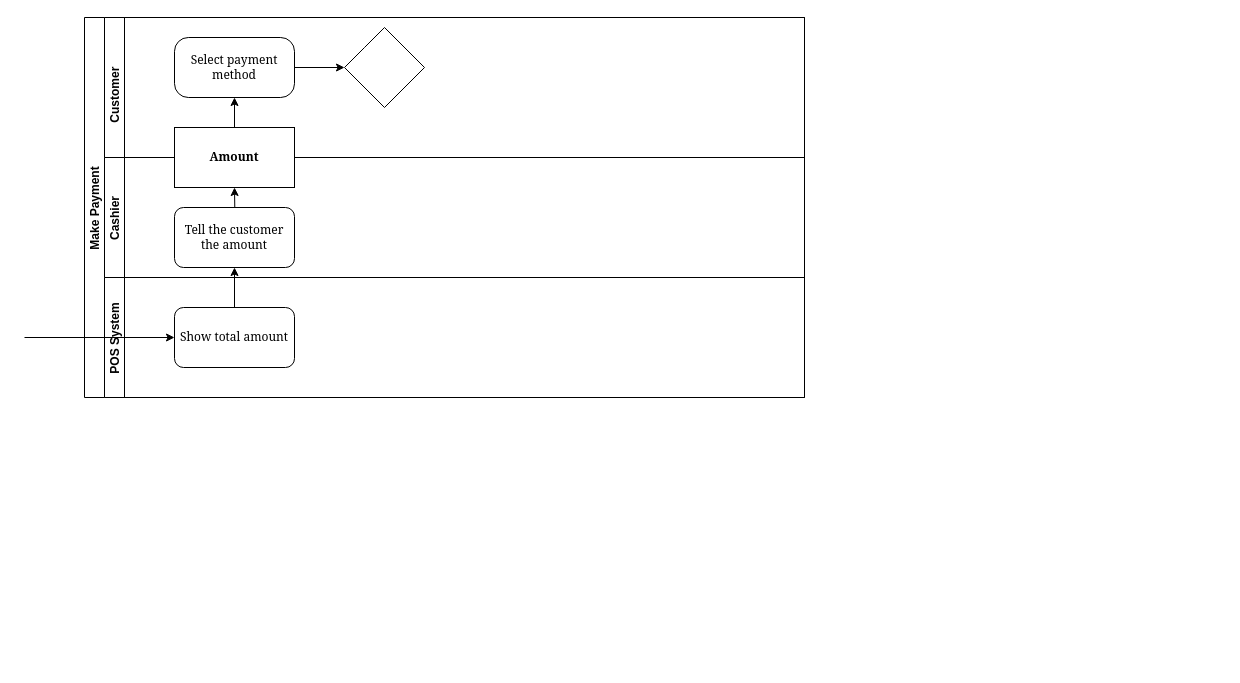
parkeraustin72/CTIS345 keeps this draw.io diagram as page "Scan items" (2 of 2) of Business Process Diagram.drawio. Above is the earlier version. Source tidied: cells renumbered, new cells numbered last; positions are measured from the earlier drawing's top-left corner, leaving out a move shared by most shapes. Both pictures are drawn from the tidied source at 100%, with x=0, y=0 at pixel (24, 17).
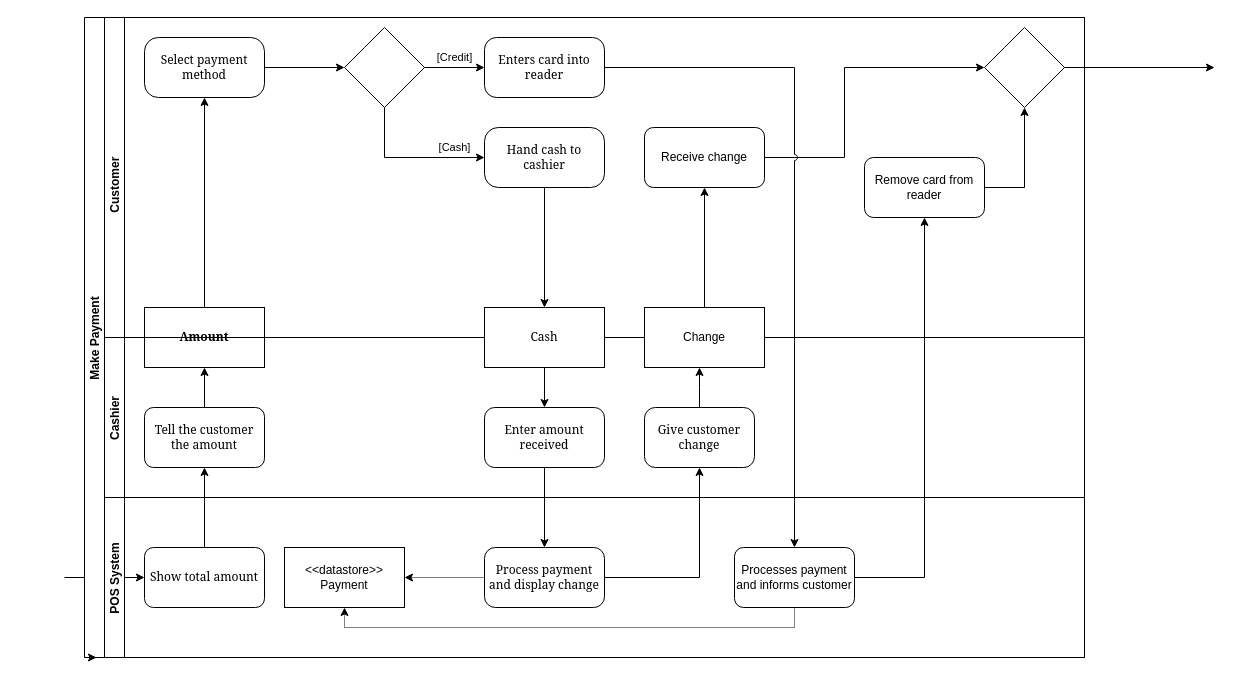
The same diagram, later.

Unchanged cells that the change refers to:
```xml
<mxCell id="6" style="rhombus;whiteSpace=wrap;html=1;fontFamily=Georgia;rounded=1;arcSize=0;fontStyle=0;" parent="3" vertex="1">
  <mxGeometry x="240" y="10" width="80" height="80" as="geometry" />
</mxCell>
```

Change to the diagram source:
```diff
@@
+    <mxCell id="15" style="endArrow=classic;html=1;rounded=0;entryX=0;entryY=0.5;entryDx=0;entryDy=0;" parent="1" edge="1" target="12">
+      <mxGeometry relative="1" as="geometry">
+        <mxPoint x="40" y="560" as="sourcePoint" />
+      </mxGeometry>
+    </mxCell>
+    <mxCell id="16" style="endArrow=classic;html=1;rounded=0;exitX=1;exitY=0.5;exitDx=0;exitDy=0;" parent="1" edge="1" source="17">
+      <mxGeometry relative="1" as="geometry">
+        <mxPoint x="1190" y="50" as="targetPoint" />
+      </mxGeometry>
+    </mxCell>
     <mxCell id="2" value="Make Payment" style="swimlane;horizontal=0;startSize=20;" parent="1" vertex="1">
-      <mxGeometry x="60" width="720" height="380" as="geometry" />
+      <mxGeometry x="60" width="1000" height="640" as="geometry" />
     </mxCell>
     <mxCell id="3" value="Customer    " style="swimlane;startSize=20;horizontal=0;" parent="2" vertex="1">
-      <mxGeometry x="20" width="700" height="140" as="geometry" />
+      <mxGeometry x="20" width="980" height="320" as="geometry" />
     </mxCell>
-    <mxCell id="4" style="edgeStyle=orthogonalEdgeStyle;rounded=0;jettySize=auto;html=1;fontFamily=Georgia;" parent="3" edge="1" target="10">
-      <mxGeometry relative="1" as="geometry">
-        <mxPoint x="130" y="240" as="sourcePoint" />
-      </mxGeometry>
-    </mxCell>
     <mxCell id="5" value="Select payment method" style="whiteSpace=wrap;html=1;fontFamily=Georgia;rounded=1;arcSize=23;fontStyle=0;" parent="3" vertex="1">
-      <mxGeometry x="70" y="20" width="120" height="60" as="geometry" />
+      <mxGeometry x="40" y="20" width="120" height="60" as="geometry" />
     </mxCell>
@@
+    <mxCell id="17" style="rhombus;whiteSpace=wrap;html=1;fontFamily=Georgia;rounded=1;arcSize=0;fontStyle=0;" parent="3" vertex="1">
+      <mxGeometry x="880" y="10" width="80" height="80" as="geometry" />
+    </mxCell>
+    <mxCell id="18" value="Hand cash to cashier" style="whiteSpace=wrap;html=1;fontFamily=Georgia;rounded=1;arcSize=23;fontStyle=0;" parent="3" vertex="1">
+      <mxGeometry x="380" y="110" width="120" height="60" as="geometry" />
+    </mxCell>
+    <mxCell id="19" value="[Cash]" style="edgeStyle=orthogonalEdgeStyle;rounded=0;jettySize=auto;html=1;" parent="3" edge="1" source="6" target="18">
+      <mxGeometry x="0.6" y="10" relative="1" as="geometry">
+        <Array as="points">
+          <mxPoint x="280" y="140" />
+        </Array>
+      </mxGeometry>
+    </mxCell>
+    <mxCell id="20" value="Enters card into reader" style="whiteSpace=wrap;html=1;fontFamily=Georgia;rounded=1;arcSize=20;fontStyle=0;" parent="3" vertex="1">
+      <mxGeometry x="380" y="20" width="120" height="60" as="geometry" />
+    </mxCell>
+    <mxCell id="21" value="[Credit]" style="edgeStyle=orthogonalEdgeStyle;rounded=0;jettySize=auto;html=1;" parent="3" edge="1" source="6" target="20">
+      <mxGeometry y="10" relative="1" as="geometry" />
+    </mxCell>
+    <mxCell id="22" style="edgeStyle=orthogonalEdgeStyle;rounded=0;jettySize=auto;html=1;entryX=0;entryY=0.5;entryDx=0;entryDy=0;" parent="3" edge="1" source="23" target="17">
+      <mxGeometry relative="1" as="geometry">
+        <Array as="points">
+          <mxPoint x="740" y="140" />
+          <mxPoint x="740" y="50" />
+        </Array>
+      </mxGeometry>
+    </mxCell>
+    <mxCell id="23" value="Receive change" style="rounded=1;whiteSpace=wrap;html=1;" parent="3" vertex="1">
+      <mxGeometry x="540" y="110" width="120" height="60" as="geometry" />
+    </mxCell>
+    <mxCell id="10" value="Amount" style="whiteSpace=wrap;html=1;fontFamily=Georgia;rounded=1;arcSize=0;fontStyle=1;" parent="3" vertex="1">
+      <mxGeometry x="40" y="290" width="120" height="60" as="geometry" />
+    </mxCell>
+    <mxCell id="14" style="edgeStyle=orthogonalEdgeStyle;rounded=0;jettySize=auto;html=1;fontFamily=Georgia;" parent="3" edge="1" source="10" target="5">
+      <mxGeometry relative="1" as="geometry" />
+    </mxCell>
+    <mxCell id="24" style="edgeStyle=orthogonalEdgeStyle;rounded=0;jumpStyle=arc;jettySize=auto;html=1;entryX=0.5;entryY=1;entryDx=0;entryDy=0;" parent="3" edge="1" source="25" target="17">
+      <mxGeometry relative="1" as="geometry">
+        <Array as="points">
+          <mxPoint x="920" y="170" />
+        </Array>
+      </mxGeometry>
+    </mxCell>
+    <mxCell id="25" value="Remove card from reader" style="rounded=1;whiteSpace=wrap;html=1;" parent="3" vertex="1">
+      <mxGeometry x="760" y="140" width="120" height="60" as="geometry" />
+    </mxCell>
     <mxCell id="8" value="Cashier" style="swimlane;startSize=20;horizontal=0;" parent="2" vertex="1">
-      <mxGeometry x="20" y="140" width="700" height="120" as="geometry" />
+      <mxGeometry x="20" y="320" width="980" height="160" as="geometry" />
     </mxCell>
     <mxCell id="9" value="Tell the customer the amount" style="whiteSpace=wrap;html=1;fontFamily=Georgia;rounded=1;" parent="8" vertex="1">
-      <mxGeometry x="70" y="50" width="120" height="60" as="geometry" />
+      <mxGeometry x="40" y="70" width="120" height="60" as="geometry" />
     </mxCell>
-    <mxCell id="10" value="Amount" style="whiteSpace=wrap;html=1;fontFamily=Georgia;rounded=1;arcSize=0;fontStyle=1;" parent="8" vertex="1">
-      <mxGeometry x="70" y="-30" width="120" height="60" as="geometry" />
-    </mxCell>
+    <mxCell id="26" value="Cash" style="whiteSpace=wrap;html=1;fontFamily=Georgia;rounded=1;arcSize=0;fontStyle=0;" parent="8" vertex="1">
+      <mxGeometry x="380" y="-30" width="120" height="60" as="geometry" />
+    </mxCell>
+    <mxCell id="27" value="Enter amount received" style="whiteSpace=wrap;html=1;fontFamily=Georgia;rounded=1;arcSize=17;fontStyle=0;" parent="8" vertex="1">
+      <mxGeometry x="380" y="70" width="120" height="60" as="geometry" />
+    </mxCell>
+    <mxCell id="28" style="edgeStyle=orthogonalEdgeStyle;rounded=0;jettySize=auto;html=1;" parent="8" edge="1" source="26" target="27">
+      <mxGeometry relative="1" as="geometry" />
+    </mxCell>
+    <mxCell id="29" style="edgeStyle=orthogonalEdgeStyle;rounded=0;jettySize=auto;html=1;" parent="8" edge="1" source="30">
+      <mxGeometry relative="1" as="geometry">
+        <mxPoint x="595" y="30" as="targetPoint" />
+      </mxGeometry>
+    </mxCell>
+    <mxCell id="30" value="Give customer change" style="whiteSpace=wrap;html=1;fontFamily=Georgia;rounded=1;arcSize=18;fontStyle=0;" parent="8" vertex="1">
+      <mxGeometry x="540" y="70" width="110" height="60" as="geometry" />
+    </mxCell>
+    <mxCell id="31" value="Change" style="rounded=0;whiteSpace=wrap;html=1;" parent="8" vertex="1">
+      <mxGeometry x="540" y="-30" width="120" height="60" as="geometry" />
+    </mxCell>
     <mxCell id="11" value="POS System" style="swimlane;startSize=20;horizontal=0;" parent="2" vertex="1">
-      <mxGeometry x="20" y="260" width="700" height="120" as="geometry" />
+      <mxGeometry x="20" y="480" width="980" height="160" as="geometry" />
     </mxCell>
     <mxCell id="12" value="Show total amount" style="rounded=1;whiteSpace=wrap;html=1;fontFamily=Georgia;" parent="11" vertex="1">
-      <mxGeometry x="70" y="30" width="120" height="60" as="geometry" />
+      <mxGeometry x="40" y="50" width="120" height="60" as="geometry" />
     </mxCell>
+    <mxCell id="32" style="edgeStyle=orthogonalEdgeStyle;rounded=0;jettySize=auto;html=1;dashed=1;dashPattern=1 1;" parent="11" edge="1" source="33" target="34">
+      <mxGeometry relative="1" as="geometry" />
+    </mxCell>
+    <mxCell id="33" value="Process payment and display change" style="whiteSpace=wrap;html=1;fontFamily=Georgia;rounded=1;arcSize=18;fontStyle=0;" parent="11" vertex="1">
+      <mxGeometry x="380" y="50" width="120" height="60" as="geometry" />
+    </mxCell>
+    <mxCell id="34" value="&amp;lt;&amp;lt;datastore&amp;gt;&amp;gt;&lt;br&gt;Payment" style="rounded=0;whiteSpace=wrap;html=1;" parent="11" vertex="1">
+      <mxGeometry x="180" y="50" width="120" height="60" as="geometry" />
+    </mxCell>
+    <mxCell id="35" style="edgeStyle=orthogonalEdgeStyle;rounded=0;jumpStyle=arc;jettySize=auto;html=1;entryX=0.5;entryY=1;entryDx=0;entryDy=0;dashed=1;dashPattern=1 1;" parent="11" edge="1" source="36" target="34">
+      <mxGeometry relative="1" as="geometry">
+        <Array as="points">
+          <mxPoint x="690" y="130" />
+          <mxPoint x="240" y="130" />
+        </Array>
+      </mxGeometry>
+    </mxCell>
+    <mxCell id="36" value="Processes payment and informs customer" style="rounded=1;whiteSpace=wrap;html=1;" parent="11" vertex="1">
+      <mxGeometry x="630" y="50" width="120" height="60" as="geometry" />
+    </mxCell>
@@
-    <mxCell id="14" style="edgeStyle=orthogonalEdgeStyle;rounded=0;jettySize=auto;html=1;fontFamily=Georgia;" parent="2" edge="1" source="10" target="5">
-      <mxGeometry relative="1" as="geometry" />
-    </mxCell>
-    <mxCell id="15" style="endArrow=classic;html=1;rounded=0;entryX=0;entryY=0.5;entryDx=0;entryDy=0;" parent="1" edge="1" target="12">
-      <mxGeometry relative="1" as="geometry">
-        <mxPoint y="320" as="sourcePoint" />
-      </mxGeometry>
-    </mxCell>
+    <mxCell id="37" style="edgeStyle=orthogonalEdgeStyle;rounded=0;jettySize=auto;html=1;" parent="2" edge="1" source="18" target="26">
+      <mxGeometry relative="1" as="geometry" />
+    </mxCell>
+    <mxCell id="38" style="edgeStyle=orthogonalEdgeStyle;rounded=0;jettySize=auto;html=1;" parent="2" edge="1" source="27" target="33">
+      <mxGeometry relative="1" as="geometry" />
+    </mxCell>
+    <mxCell id="39" style="edgeStyle=orthogonalEdgeStyle;rounded=0;jettySize=auto;html=1;" parent="2" edge="1" source="33" target="30">
+      <mxGeometry relative="1" as="geometry" />
+    </mxCell>
+    <mxCell id="40" style="edgeStyle=orthogonalEdgeStyle;rounded=0;jettySize=auto;html=1;" parent="2" edge="1" source="31" target="23">
+      <mxGeometry relative="1" as="geometry" />
+    </mxCell>
+    <mxCell id="41" style="edgeStyle=orthogonalEdgeStyle;rounded=0;jettySize=auto;html=1;entryX=0.5;entryY=1;entryDx=0;entryDy=0;" parent="2" edge="1" source="9" target="10">
+      <mxGeometry relative="1" as="geometry" />
+    </mxCell>
+    <mxCell id="42" style="edgeStyle=orthogonalEdgeStyle;rounded=0;jettySize=auto;html=1;jumpStyle=arc;entryX=0.5;entryY=0;entryDx=0;entryDy=0;" parent="2" edge="1" source="20" target="36">
+      <mxGeometry relative="1" as="geometry" />
+    </mxCell>
+    <mxCell id="43" style="edgeStyle=orthogonalEdgeStyle;rounded=0;jumpStyle=arc;jettySize=auto;html=1;entryX=0.5;entryY=1;entryDx=0;entryDy=0;" parent="2" edge="1" source="36" target="25">
+      <mxGeometry relative="1" as="geometry" />
+    </mxCell>
+    <mxCell id="44" style="edgeStyle=orthogonalEdgeStyle;rounded=0;orthogonalLoop=1;jettySize=auto;html=1;exitX=0;exitY=1;exitDx=0;exitDy=0;entryX=0.012;entryY=1;entryDx=0;entryDy=0;entryPerimeter=0;dashed=1;dashPattern=1 1;" parent="1" edge="1" source="2" target="2">
+      <mxGeometry relative="1" as="geometry" />
+    </mxCell>
```
